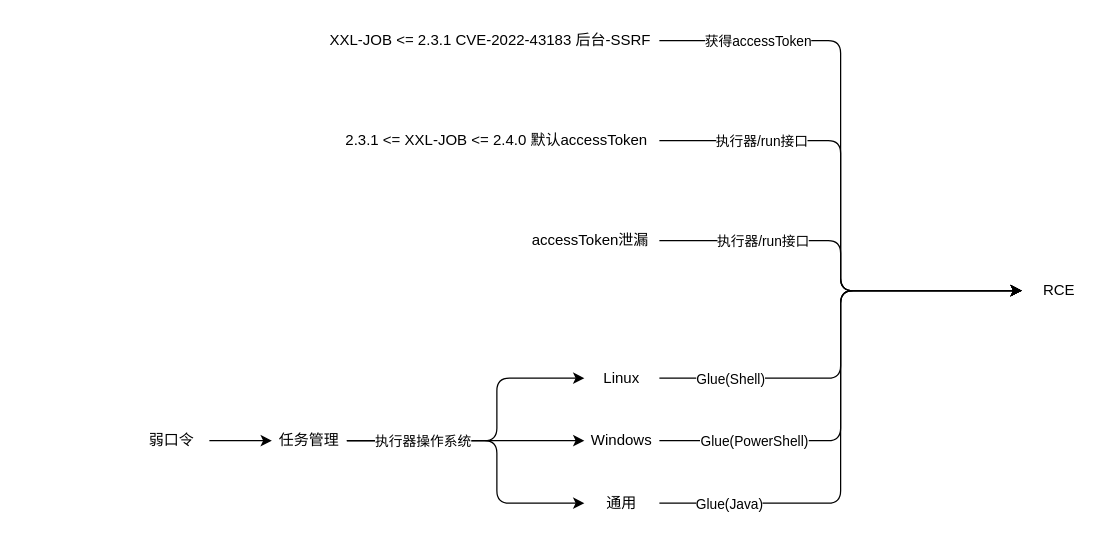
The draw.io diagram xxl-job.drawio in fasnow/drawstore, before the edit. Source tidied: cells renumbered, new cells numbered last; positions are measured from the earlier drawing's top-left corner, leaving out a move shared by most shapes. Both pictures are drawn from the tidied source at 125%, with x=0, y=0 at pixel (134, 21).
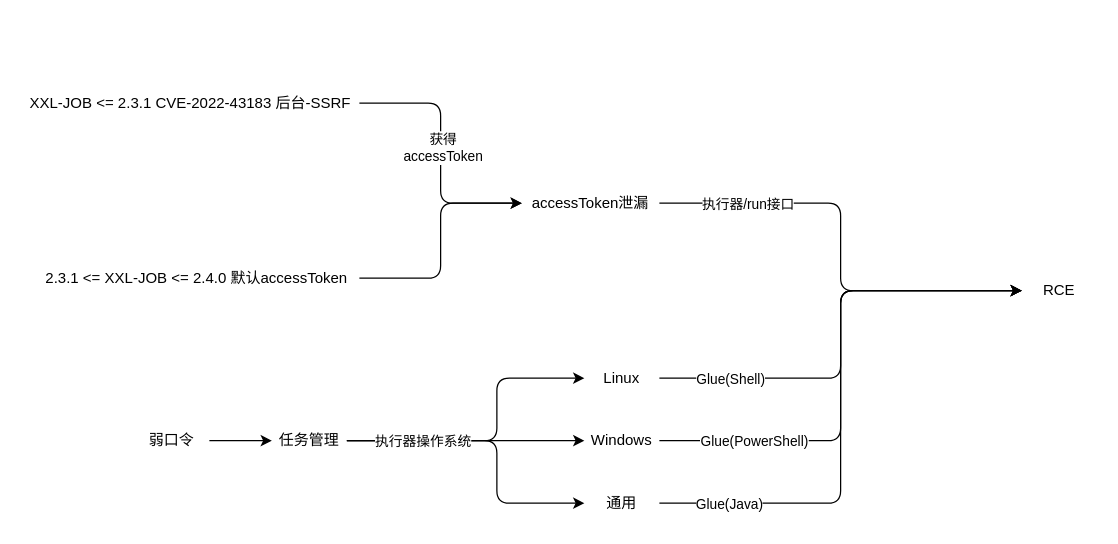
The same diagram, later.

Unchanged cells that the change refers to:
```xml
<mxCell id="8" value="RCE" style="text;strokeColor=none;align=center;fillColor=none;html=1;verticalAlign=middle;whiteSpace=wrap;rounded=0;" parent="1" vertex="1">
  <mxGeometry x="710" y="200" width="60" height="30" as="geometry" />
</mxCell>
<mxCell id="9" style="edgeStyle=elbowEdgeStyle;rounded=1;jettySize=auto;html=1;exitX=1;exitY=0.5;exitDx=0;exitDy=0;entryX=0;entryY=0.5;entryDx=0;entryDy=0;curved=0;" parent="1" edge="1" source="11" target="8">
  <mxGeometry relative="1" as="geometry" />
</mxCell>
```

The edit, as a diff of the source:
```diff
@@
-    <mxCell id="2" style="rounded=1;jettySize=auto;html=1;exitX=1;exitY=0.5;exitDx=0;exitDy=0;entryX=0;entryY=0.5;entryDx=0;entryDy=0;elbow=vertical;edgeStyle=orthogonalEdgeStyle;" parent="1" edge="1" source="4" target="8">
-      <mxGeometry relative="1" as="geometry" />
-    </mxCell>
-    <mxCell id="3" value="获得accessToken" style="edgeLabel;html=1;align=center;verticalAlign=middle;fontFamily=Helvetica;fontSize=11;fontColor=default;labelBackgroundColor=default;" parent="2" vertex="1">
-      <mxGeometry x="-0.68" y="-1" relative="1" as="geometry">
-        <mxPoint y="-1" as="offset" />
-      </mxGeometry>
-    </mxCell>
-    <mxCell id="4" value="XXL-JOB &amp;lt;= 2.3.1 CVE-2022-43183 后台-SSRF" style="text;strokeColor=none;align=center;fillColor=none;html=1;verticalAlign=middle;whiteSpace=wrap;rounded=0;" parent="1" vertex="1">
-      <mxGeometry x="150" width="270" height="30" as="geometry" />
-    </mxCell>
-    <mxCell id="5" style="edgeStyle=elbowEdgeStyle;rounded=1;jettySize=auto;html=1;exitX=1;exitY=0.5;exitDx=0;exitDy=0;entryX=0;entryY=0.5;entryDx=0;entryDy=0;" parent="1" edge="1" source="7" target="8">
-      <mxGeometry relative="1" as="geometry" />
-    </mxCell>
-    <mxCell id="6" value="执行器/run接口" style="edgeLabel;html=1;align=center;verticalAlign=middle;" parent="5" vertex="1">
-      <mxGeometry x="-0.57" y="1" relative="1" as="geometry">
-        <mxPoint x="-7" y="1" as="offset" />
-      </mxGeometry>
-    </mxCell>
+    <mxCell id="28" style="edgeStyle=elbowEdgeStyle;shape=connector;rounded=1;jettySize=auto;html=1;exitX=1;exitY=0.5;exitDx=0;exitDy=0;strokeColor=default;align=center;verticalAlign=middle;fontFamily=Helvetica;fontSize=11;fontColor=default;labelBackgroundColor=default;endArrow=classic;entryX=0;entryY=0.5;entryDx=0;entryDy=0;" parent="1" edge="1" source="7" target="11">
+      <mxGeometry relative="1" as="geometry" />
+    </mxCell>
     <mxCell id="7" value="2.3.1 &amp;lt;= XXL-JOB &amp;lt;= 2.4.0 默认accessToken" style="text;strokeColor=none;align=center;fillColor=none;html=1;verticalAlign=middle;whiteSpace=wrap;rounded=0;" parent="1" vertex="1">
-      <mxGeometry x="160" y="80" width="260" height="30" as="geometry" />
+      <mxGeometry x="-80" y="190" width="260" height="30" as="geometry" />
     </mxCell>
@@
     <mxCell id="10" value="执行器/run接口" style="edgeLabel;html=1;align=center;verticalAlign=middle;" parent="9" vertex="1">
       <mxGeometry x="-0.65" y="3" relative="1" as="geometry">
-        <mxPoint x="24" y="3" as="offset" />
+        <mxPoint x="7" y="3" as="offset" />
       </mxGeometry>
     </mxCell>
     <mxCell id="11" value="accessToken泄漏" style="text;strokeColor=none;align=center;fillColor=none;html=1;verticalAlign=middle;whiteSpace=wrap;rounded=0;" parent="1" vertex="1">
-      <mxGeometry x="310" y="160" width="110" height="30" as="geometry" />
+      <mxGeometry x="310" y="130" width="110" height="30" as="geometry" />
     </mxCell>
@@
+    <mxCell id="29" style="edgeStyle=elbowEdgeStyle;shape=connector;rounded=1;jettySize=auto;html=1;exitX=1;exitY=0.5;exitDx=0;exitDy=0;entryX=0;entryY=0.5;entryDx=0;entryDy=0;strokeColor=default;align=center;verticalAlign=middle;fontFamily=Helvetica;fontSize=11;fontColor=default;labelBackgroundColor=default;endArrow=classic;" parent="1" edge="1" source="4" target="11">
+      <mxGeometry relative="1" as="geometry" />
+    </mxCell>
+    <mxCell id="30" value="&lt;span style=&quot;text-wrap: wrap;&quot;&gt;获得&lt;/span&gt;&lt;span style=&quot;text-wrap: wrap;&quot;&gt;accessToken&lt;/span&gt;" style="edgeLabel;html=1;align=center;verticalAlign=middle;fontFamily=Helvetica;fontSize=11;fontColor=default;labelBackgroundColor=default;rotation=0;" parent="29" vertex="1">
+      <mxGeometry x="-0.54" relative="1" as="geometry">
+        <mxPoint x="18" y="35" as="offset" />
+      </mxGeometry>
+    </mxCell>
+    <mxCell id="4" value="XXL-JOB &amp;lt;= 2.3.1 CVE-2022-43183 后台-SSRF" style="text;strokeColor=none;align=center;fillColor=none;html=1;verticalAlign=middle;whiteSpace=wrap;rounded=0;" parent="1" vertex="1">
+      <mxGeometry x="-90" y="50" width="270" height="30" as="geometry" />
+    </mxCell>
+    <mxCell id="31" style="edgeStyle=elbowEdgeStyle;shape=connector;rounded=1;orthogonalLoop=1;jettySize=auto;html=1;exitX=0.75;exitY=0;exitDx=0;exitDy=0;strokeColor=default;align=center;verticalAlign=middle;fontFamily=Helvetica;fontSize=11;fontColor=default;labelBackgroundColor=default;endArrow=classic;" parent="1" edge="1" source="4" target="4">
+      <mxGeometry relative="1" as="geometry" />
+    </mxCell>
```
